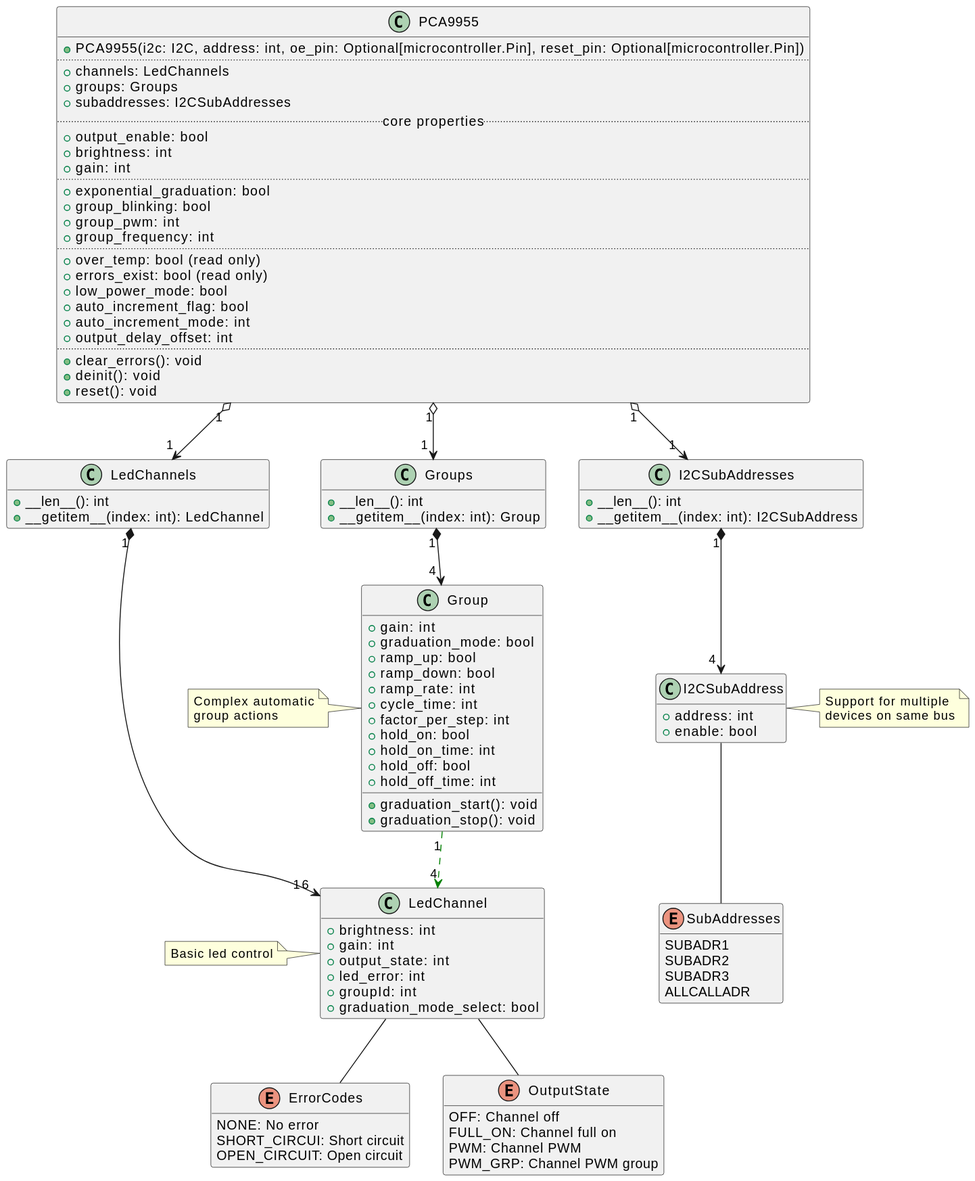
This is uml/pca9955bClasses.svg from noelanderson/CircuitPython_PCA9955B, a PlantUML export, as it was before one commit.
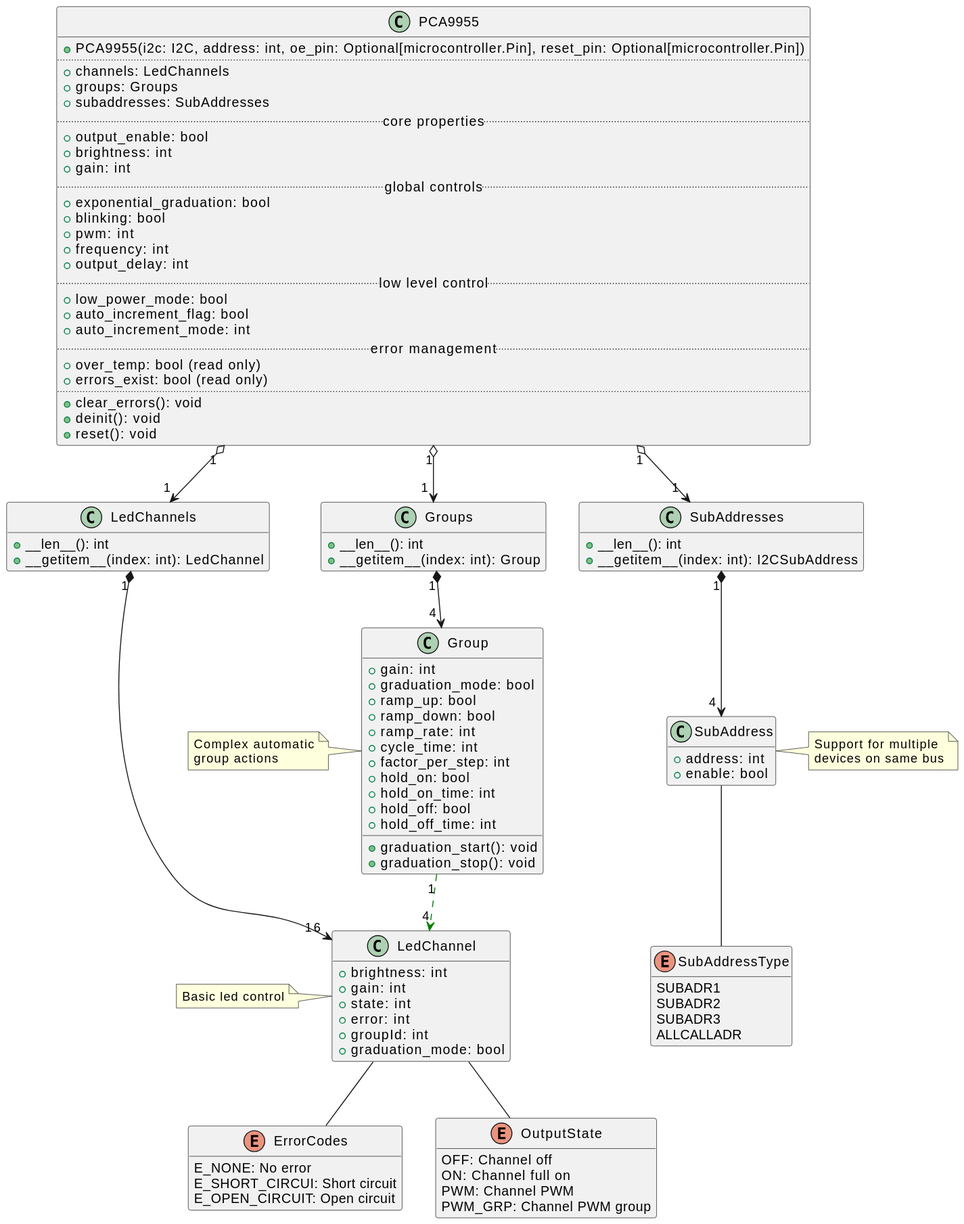
The same file after the commit.

Change to the diagram source:
```diff
@@ -1,27 +1,30 @@
 @startuml
+
+
 
 class PCA9955 {
     +PCA9955(i2c: I2C, address: int, oe_pin: Optional[microcontroller.Pin], reset_pin: Optional[microcontroller.Pin])
     ..
     +{field} channels: LedChannels
     +{field} groups: Groups
-    +{field} subaddresses: I2CSubAddresses
+    +{field} subaddresses: SubAddresses
     .. core properties..
     +{field} output_enable: bool
     +{field} brightness: int
     +{field} gain: int
-    ..
+    .. global controls..
     +{field} exponential_graduation: bool
-    +{field} group_blinking: bool
-    +{field} group_pwm: int
-    +{field} group_frequency: int
-    ..
-    +{field} over_temp: bool (read only)
-    +{field} errors_exist: bool (read only)
+    +{field} blinking: bool
+    +{field} pwm: int
+    +{field} frequency: int
+    +{field} output_delay: int
+    .. low level control ..
     +{field} low_power_mode: bool
     +{field} auto_increment_flag: bool
     +{field} auto_increment_mode: int
-    +{field} output_delay_offset: int
+    .. error management ..
+    +{field} over_temp: bool (read only)
+    +{field} errors_exist: bool (read only)
     ..
     +{method} clear_errors(): void
     +{method} deinit(): void
@@ -39,7 +42,7 @@
 }
 
 
-class I2CSubAddresses {
+class SubAddresses {
     +{method} __len__(): int
     +{method} __getitem__(index: int): I2CSubAddress
 }
@@ -51,10 +54,10 @@
 class LedChannel {
     +{field} brightness: int
     +{field} gain: int
-    +{field} output_state: int
-    +{field} led_error: int
+    +{field} state: int
+    +{field} error: int
     +{field} groupId: int
-    +{field} graduation_mode_select: bool
+    +{field} graduation_mode: bool
 }
 note left: Basic led control
 
@@ -76,26 +79,26 @@
 note left: Complex automatic\ngroup actions
 
 
-class I2CSubAddress {
+class SubAddress {
     +{field} address: int
     +{field} enable: bool
 }
 note right: Support for multiple\ndevices on same bus
 
  enum ErrorCodes {
-     NONE: No error
-     SHORT_CIRCUI: Short circuit
-     OPEN_CIRCUIT: Open circuit
+     E_NONE: No error
+     E_SHORT_CIRCUI: Short circuit
+     E_OPEN_CIRCUIT: Open circuit
 }
 
  enum OutputState{
      OFF: Channel off
-     FULL_ON: Channel full on
+     ON: Channel full on
      PWM: Channel PWM
      PWM_GRP: Channel PWM group
 }
 
- enum SubAddresses{
+ enum SubAddressType{
     SUBADR1
     SUBADR2
     SUBADR3
@@ -107,13 +110,13 @@
 LedChannels "1" *--> "16 " LedChannel
 PCA9955 "1" o--> "1 "  Groups
 Groups "1" *--> "4 " Group
-PCA9955 "1" o--> "1 "  I2CSubAddresses
-I2CSubAddresses "1" *--> "4 " I2CSubAddress
+PCA9955 "1" o--> "1 "  SubAddresses
+SubAddresses "1" *--> "4 " SubAddress
 Group "1" -->  "4" LedChannel  #green;line.dashed
 
 LedChannel -- ErrorCodes
 LedChannel -- OutputState
-I2CSubAddress -- SubAddresses
+SubAddress -- SubAddressType
 
 hide empty members
 @enduml
```
